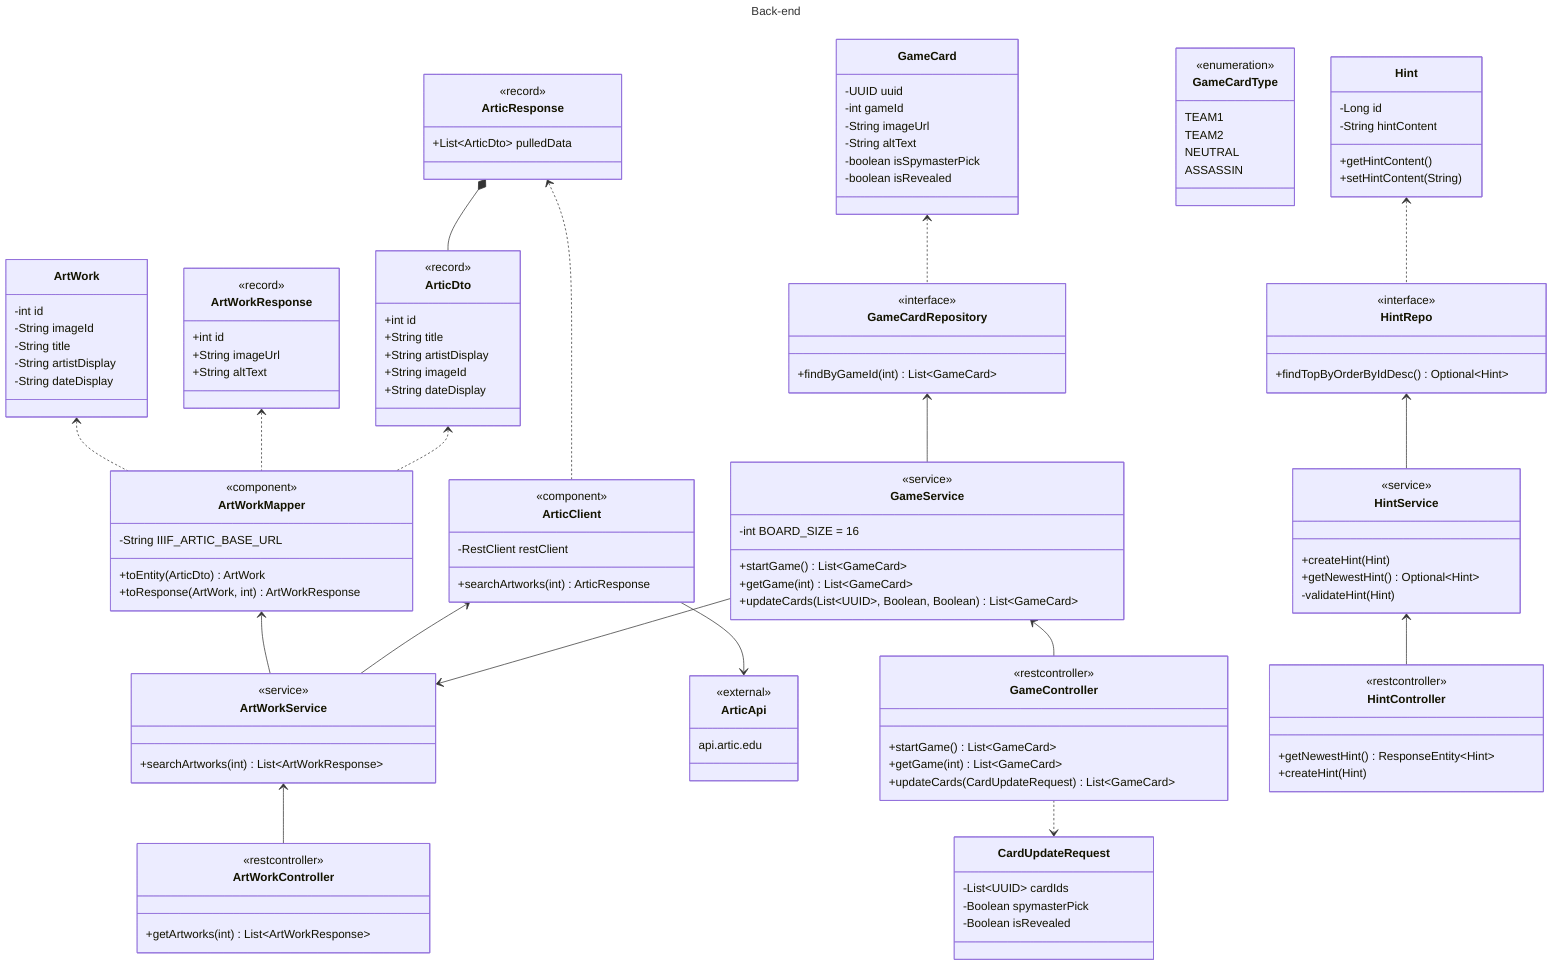
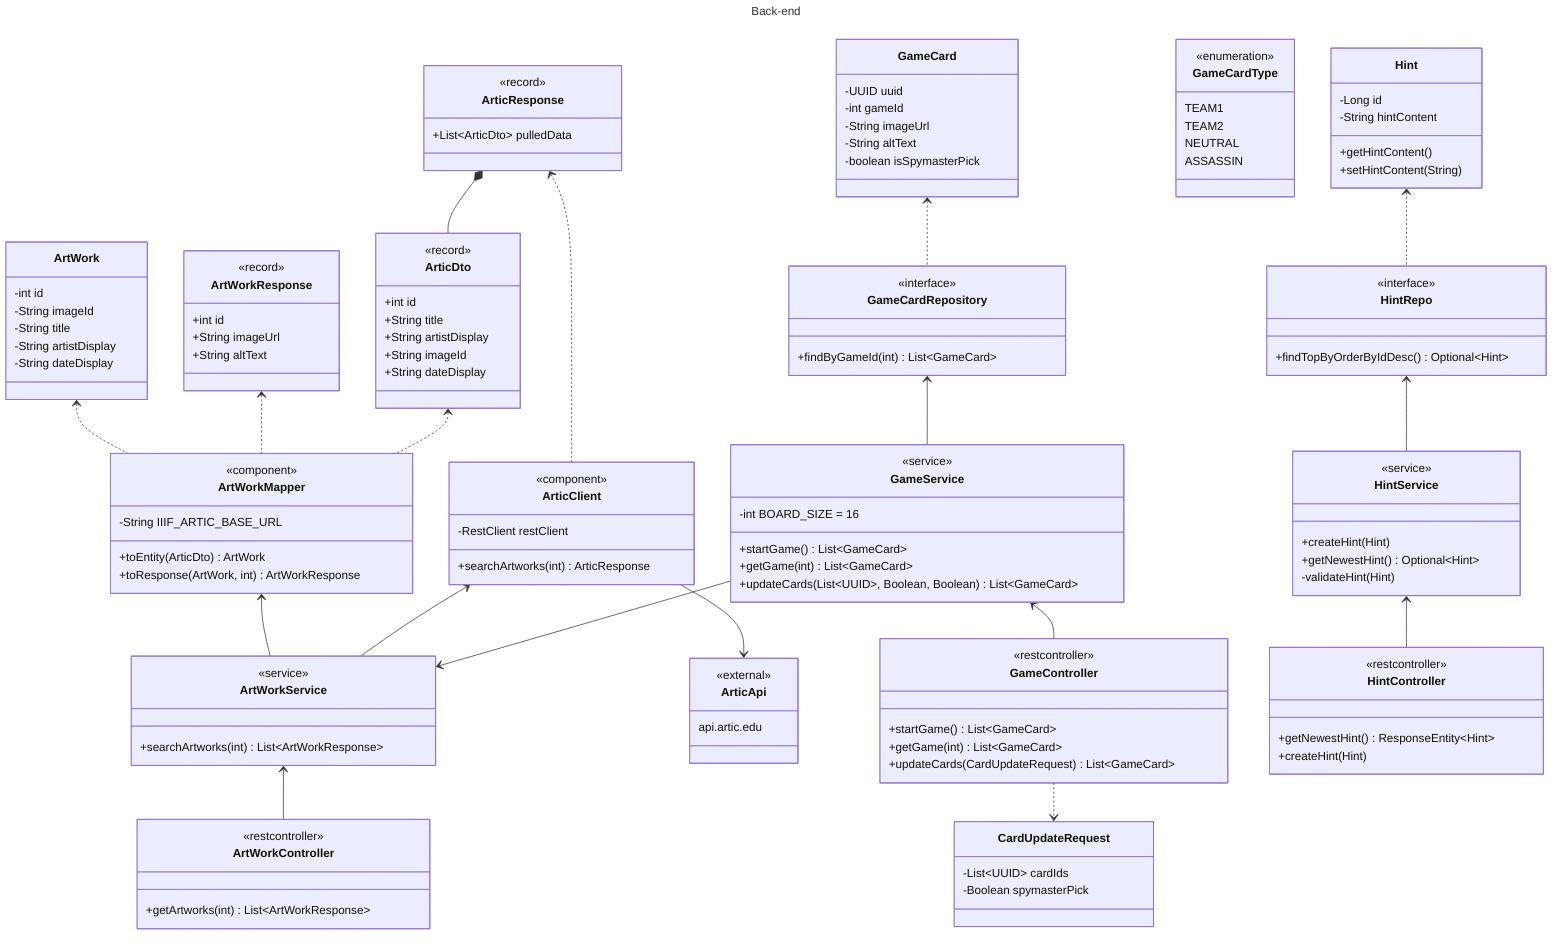
---
title: Back-end
---
classDiagram
    %% Art package
    class ArtWork {
        -int id
        -String imageId
        -String title
        -String artistDisplay
        -String dateDisplay
    }

    class ArtWorkResponse {
        <<record>>
        +int id
        +String imageUrl
        +String altText
    }

    class ArticResponse {
        <<record>>
        +List~ArticDto~ pulledData
    }

    class ArticDto {
        <<record>>
        +int id
        +String title
        +String artistDisplay
        +String imageId
        +String dateDisplay
    }

    class ArtWorkMapper {
        <<component>>
        -String IIIF_ARTIC_BASE_URL
        +toEntity(ArticDto) ArtWork
        +toResponse(ArtWork, int) ArtWorkResponse
    }

    class ArtWorkService {
        <<service>>
        +searchArtworks(int) List~ArtWorkResponse~
    }

    class ArticClient {
        <<component>>
        -RestClient restClient
        +searchArtworks(int) ArticResponse
    }

    class ArticApi {
        <<external>>
        api.artic.edu
    }

    class ArtWorkController {
        <<restcontroller>>
        +getArtworks(int) List~ArtWorkResponse~
    }

    ArtWork <.. ArtWorkMapper
    ArtWorkResponse <.. ArtWorkMapper
    ArticResponse <.. ArticClient
    ArticResponse *-- ArticDto
    ArticDto <.. ArtWorkMapper
    ArtWorkMapper <-- ArtWorkService
    ArticClient <-- ArtWorkService
    ArtWorkService <-- ArtWorkController
    ArticClient --> ArticApi

    %% Game package
    class GameCard {
        -UUID uuid
        -int gameId
        -String imageUrl
        -String altText
        -boolean isSpymasterPick
-         -boolean isRevealed
    }

    class GameCardType {
        <<enumeration>>
        TEAM1
        TEAM2
        NEUTRAL
        ASSASSIN
    }


    class CardUpdateRequest {
        -List~UUID~ cardIds
        -Boolean spymasterPick
-         -Boolean isRevealed
    }

    class GameCardRepository {
        <<interface>>
        +findByGameId(int) List~GameCard~
    }

    class GameService {
        <<service>>
        -int BOARD_SIZE = 16
        +startGame() List~GameCard~
        +getGame(int) List~GameCard~
        +updateCards(List~UUID~, Boolean, Boolean) List~GameCard~
    }

    class GameController {
        <<restcontroller>>
        +startGame() List~GameCard~
        +getGame(int) List~GameCard~
        +updateCards(CardUpdateRequest) List~GameCard~
    }

    class Hint {
        -Long id
        -String hintContent
        +getHintContent()
        +setHintContent(String)
    }

    class HintRepo {
        <<interface>>
        +findTopByOrderByIdDesc() Optional~Hint~
    }

    class HintService {
        <<service>>
        +createHint(Hint)
        +getNewestHint() Optional~Hint~
        -validateHint(Hint)
    }

    class HintController {
        <<restcontroller>>
        +getNewestHint() ResponseEntity~Hint~
        +createHint(Hint)
    }

    GameCard <.. GameCardRepository
    GameCardRepository <-- GameService
    GameService <-- GameController
    GameController ..> CardUpdateRequest
    GameService --> ArtWorkService

    Hint <.. HintRepo
    HintRepo <-- HintService
    HintService <-- HintController